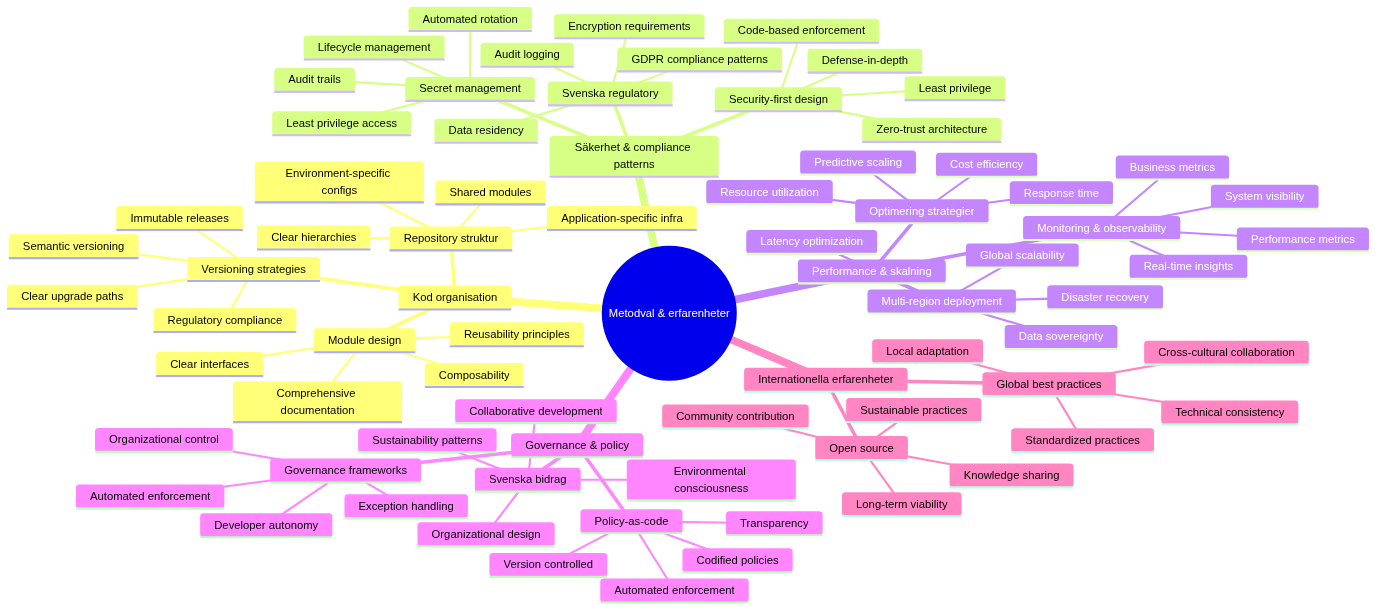
Geonitab/architecture_as_code keeps this Mermaid diagram as docs/images/mindmap_22_best_practices.png. Above is the earlier version. Its source is kept beside it as docs/images/mindmap_22_best_practices.mmd. Its diagram source:
```mermaid
mindmap
  root((Method Selection & Experiences))
    Code Organization
      Repository Structure
        Shared Modules
        Environment-specific Configs
        Application-specific Infra
        Clear Hierarchies
      Module Design
        Reusability Principles
        Composability
        Clear Interfaces
        Comprehensive Documentation
      Versioning Strategies
        Semantic Versioning
        Immutable Releases
        Clear Upgrade Paths
        Regulatory Compliance
    Security & Compliance Patterns
      Security-first Design
        Defense-in-depth
        Least Privilege
        Zero-trust Architecture
        Code-based Enforcement
      Swedish Regulatory
        GDPR Compliance Patterns
        Data Residency
        Encryption Requirements
        Audit Logging
      Secret Management
        Automated Rotation
        Audit Trails
        Least Privilege Access
        Lifecycle Management
    Performance & Scaling
      Optimization Strategies
        Cost Efficiency
        Resource Utilization
        Response Time
        Predictive Scaling
      Multi-region Deployment
        Global Scalability
        Data Sovereignty
        Latency Optimization
        Disaster Recovery
      Monitoring & Observability
        System Visibility
        Real-time Insights
        Performance Metrics
        Business Metrics
    Governance & Policy
      Governance Frameworks
        Developer Autonomy
        Organizational Control
        Automated Enforcement
        Exception Handling
      Policy-as-code
        Codified Policies
        Version Controlled
        Automated Enforcement
        Transparency
      Swedish Contributions
        Organizational Design
        Environmental Consciousness
        Collaborative Development
        Sustainability Patterns
    International Experiences
      Global Best Practices
        Cross-cultural Collaboration
        Technical Consistency
        Local Adaptation
        Standardized Practices
      Open Source
        Community Contribution
        Knowledge Sharing
        Sustainable Practices
        Long-term Viability
```
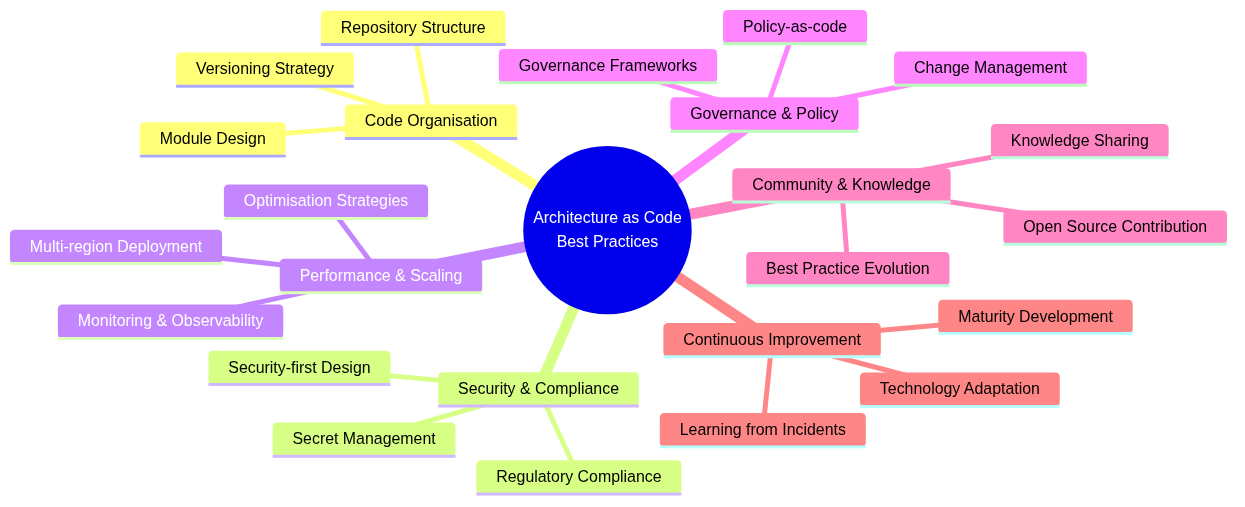
The same file after the commit.

What changed in the source:
```diff
@@ -1,77 +1,26 @@
 mindmap
-  root((Method Selection & Experiences))
-    Code Organization
+  root((Architecture as Code<br/>Best Practices))
+    Code Organisation
       Repository Structure
-        Shared Modules
-        Environment-specific Configs
-        Application-specific Infra
-        Clear Hierarchies
       Module Design
-        Reusability Principles
-        Composability
-        Clear Interfaces
-        Comprehensive Documentation
-      Versioning Strategies
-        Semantic Versioning
-        Immutable Releases
-        Clear Upgrade Paths
-        Regulatory Compliance
-    Security & Compliance Patterns
+      Versioning Strategy
+    Security & Compliance
       Security-first Design
-        Defense-in-depth
-        Least Privilege
-        Zero-trust Architecture
-        Code-based Enforcement
-      Swedish Regulatory
-        GDPR Compliance Patterns
-        Data Residency
-        Encryption Requirements
-        Audit Logging
+      Regulatory Compliance
       Secret Management
-        Automated Rotation
-        Audit Trails
-        Least Privilege Access
-        Lifecycle Management
     Performance & Scaling
-      Optimization Strategies
-        Cost Efficiency
-        Resource Utilization
-        Response Time
-        Predictive Scaling
+      Optimisation Strategies
       Multi-region Deployment
-        Global Scalability
-        Data Sovereignty
-        Latency Optimization
-        Disaster Recovery
       Monitoring & Observability
-        System Visibility
-        Real-time Insights
-        Performance Metrics
-        Business Metrics
     Governance & Policy
       Governance Frameworks
-        Developer Autonomy
-        Organizational Control
-        Automated Enforcement
-        Exception Handling
       Policy-as-code
-        Codified Policies
-        Version Controlled
-        Automated Enforcement
-        Transparency
-      Swedish Contributions
-        Organizational Design
-        Environmental Consciousness
-        Collaborative Development
-        Sustainability Patterns
-    International Experiences
-      Global Best Practices
-        Cross-cultural Collaboration
-        Technical Consistency
-        Local Adaptation
-        Standardized Practices
-      Open Source
-        Community Contribution
-        Knowledge Sharing
-        Sustainable Practices
-        Long-term Viability
+      Change Management
+    Community & Knowledge
+      Best Practice Evolution
+      Open Source Contribution
+      Knowledge Sharing
+    Continuous Improvement
+      Learning from Incidents
+      Technology Adaptation
+      Maturity Development
```
